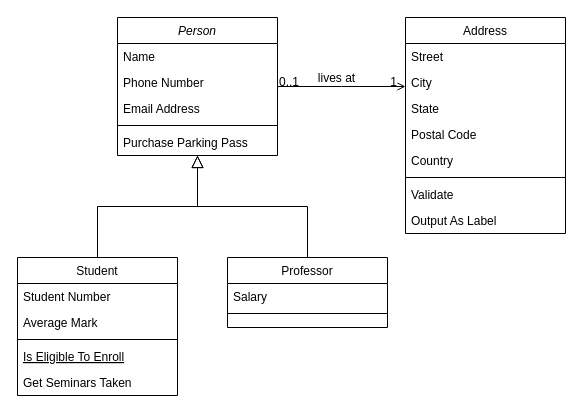
Earlier version of the draw.io diagram Untitled Diagram.drawio (NFDdata/api-avu). Source tidied: cells renumbered, new cells numbered last; positions are measured from the earlier drawing's top-left corner, leaving out a move shared by most shapes. Both pictures are drawn from the tidied source at 100%, with x=0, y=0 at pixel (17, 17).
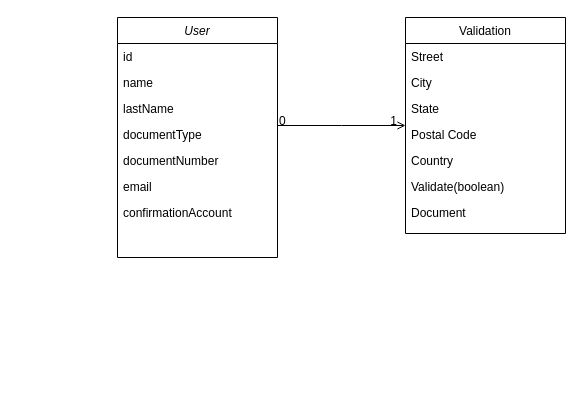
After the change.

Commit message:
Commit firs bd model

The change refers to these unchanged cells:
```xml
<mxCell id="28" style="endArrow=open;shadow=0;strokeWidth=1;rounded=0;endFill=1;edgeStyle=elbowEdgeStyle;elbow=vertical;" parent="1" edge="1" source="2" target="19">
  <mxGeometry x="0.5" y="41" relative="1" as="geometry">
    <mxPoint x="-40" y="32" as="offset" />
  </mxGeometry>
</mxCell>
```

Change to the diagram source:
```diff
@@
-    <mxCell id="2" value="Person" style="swimlane;fontStyle=2;align=center;verticalAlign=top;horizontal=1;startSize=26;rounded=0;shadow=0;strokeWidth=1;" parent="1" vertex="1">
-      <mxGeometry x="100" width="160" height="138" as="geometry" />
+    <mxCell id="2" value="User" style="swimlane;fontStyle=2;align=center;verticalAlign=top;horizontal=1;startSize=26;rounded=0;shadow=0;strokeWidth=1;" parent="1" vertex="1">
+      <mxGeometry x="100" width="160" height="240" as="geometry" />
     </mxCell>
-    <mxCell id="3" value="Name" style="text;align=left;verticalAlign=top;spacingLeft=4;spacingRight=4;overflow=hidden;" parent="2" vertex="1">
+    <mxCell id="3" value="id&#10;" style="text;align=left;verticalAlign=top;spacingLeft=4;spacingRight=4;overflow=hidden;" parent="2" vertex="1">
       <mxGeometry y="26" width="160" height="26" as="geometry" />
     </mxCell>
-    <mxCell id="4" value="Phone Number" style="text;align=left;verticalAlign=top;spacingLeft=4;spacingRight=4;overflow=hidden;rounded=0;shadow=0;html=0;" parent="2" vertex="1">
+    <mxCell id="4" value="name " style="text;align=left;verticalAlign=top;spacingLeft=4;spacingRight=4;overflow=hidden;rounded=0;shadow=0;html=0;" parent="2" vertex="1">
       <mxGeometry y="52" width="160" height="26" as="geometry" />
     </mxCell>
-    <mxCell id="5" value="Email Address" style="text;align=left;verticalAlign=top;spacingLeft=4;spacingRight=4;overflow=hidden;rounded=0;shadow=0;html=0;" parent="2" vertex="1">
+    <mxCell id="5" value="lastName" style="text;align=left;verticalAlign=top;spacingLeft=4;spacingRight=4;overflow=hidden;rounded=0;shadow=0;html=0;" parent="2" vertex="1">
       <mxGeometry y="78" width="160" height="26" as="geometry" />
     </mxCell>
-    <mxCell id="6" style="line;html=1;strokeWidth=1;align=left;verticalAlign=middle;spacingTop=-1;spacingLeft=3;spacingRight=3;labelPosition=right;" parent="2" vertex="1">
-      <mxGeometry y="104" width="160" height="8" as="geometry" />
-    </mxCell>
-    <mxCell id="7" value="Purchase Parking Pass" style="text;align=left;verticalAlign=top;spacingLeft=4;spacingRight=4;overflow=hidden;" parent="2" vertex="1">
-      <mxGeometry y="112" width="160" height="26" as="geometry" />
-    </mxCell>
-    <mxCell id="8" value="Student" style="swimlane;fontStyle=0;align=center;verticalAlign=top;horizontal=1;startSize=26;rounded=0;shadow=0;strokeWidth=1;" parent="1" vertex="1">
-      <mxGeometry y="240" width="160" height="138" as="geometry" />
-    </mxCell>
-    <mxCell id="9" value="Student Number" style="text;align=left;verticalAlign=top;spacingLeft=4;spacingRight=4;overflow=hidden;" parent="8" vertex="1">
-      <mxGeometry y="26" width="160" height="26" as="geometry" />
-    </mxCell>
-    <mxCell id="10" value="Average Mark" style="text;align=left;verticalAlign=top;spacingLeft=4;spacingRight=4;overflow=hidden;rounded=0;shadow=0;html=0;" parent="8" vertex="1">
-      <mxGeometry y="52" width="160" height="26" as="geometry" />
-    </mxCell>
-    <mxCell id="11" style="line;html=1;strokeWidth=1;align=left;verticalAlign=middle;spacingTop=-1;spacingLeft=3;spacingRight=3;labelPosition=right;" parent="8" vertex="1">
-      <mxGeometry y="78" width="160" height="8" as="geometry" />
-    </mxCell>
-    <mxCell id="12" value="Is Eligible To Enroll" style="text;align=left;verticalAlign=top;spacingLeft=4;spacingRight=4;overflow=hidden;fontStyle=4;" parent="8" vertex="1">
-      <mxGeometry y="86" width="160" height="26" as="geometry" />
-    </mxCell>
-    <mxCell id="13" value="Get Seminars Taken" style="text;align=left;verticalAlign=top;spacingLeft=4;spacingRight=4;overflow=hidden;" parent="8" vertex="1">
-      <mxGeometry y="112" width="160" height="26" as="geometry" />
-    </mxCell>
-    <mxCell id="14" style="endArrow=block;endSize=10;endFill=0;shadow=0;strokeWidth=1;rounded=0;edgeStyle=elbowEdgeStyle;elbow=vertical;" parent="1" edge="1" source="8" target="2">
-      <mxGeometry relative="1" as="geometry" />
-    </mxCell>
-    <mxCell id="15" value="Professor" style="swimlane;fontStyle=0;align=center;verticalAlign=top;horizontal=1;startSize=26;rounded=0;shadow=0;strokeWidth=1;" parent="1" vertex="1">
-      <mxGeometry x="210" y="240" width="160" height="70" as="geometry" />
-    </mxCell>
-    <mxCell id="16" value="Salary" style="text;align=left;verticalAlign=top;spacingLeft=4;spacingRight=4;overflow=hidden;" parent="15" vertex="1">
-      <mxGeometry y="26" width="160" height="26" as="geometry" />
-    </mxCell>
-    <mxCell id="17" style="line;html=1;strokeWidth=1;align=left;verticalAlign=middle;spacingTop=-1;spacingLeft=3;spacingRight=3;labelPosition=right;" parent="15" vertex="1">
-      <mxGeometry y="52" width="160" height="8" as="geometry" />
-    </mxCell>
-    <mxCell id="18" style="endArrow=block;endSize=10;endFill=0;shadow=0;strokeWidth=1;rounded=0;edgeStyle=elbowEdgeStyle;elbow=vertical;" parent="1" edge="1" source="15" target="2">
-      <mxGeometry relative="1" as="geometry" />
-    </mxCell>
+    <mxCell id="32" value="documentType" style="text;align=left;verticalAlign=top;spacingLeft=4;spacingRight=4;overflow=hidden;rounded=0;shadow=0;html=0;" parent="2" vertex="1">
+      <mxGeometry y="104" width="160" height="26" as="geometry" />
+    </mxCell>
+    <mxCell id="33" value="documentNumber" style="text;align=left;verticalAlign=top;spacingLeft=4;spacingRight=4;overflow=hidden;rounded=0;shadow=0;html=0;" parent="2" vertex="1">
+      <mxGeometry y="130" width="160" height="26" as="geometry" />
+    </mxCell>
+    <mxCell id="34" value="email" style="text;align=left;verticalAlign=top;spacingLeft=4;spacingRight=4;overflow=hidden;rounded=0;shadow=0;html=0;" parent="2" vertex="1">
+      <mxGeometry y="156" width="160" height="26" as="geometry" />
+    </mxCell>
+    <mxCell id="35" value="confirmationAccount" style="text;align=left;verticalAlign=top;spacingLeft=4;spacingRight=4;overflow=hidden;rounded=0;shadow=0;html=0;" parent="2" vertex="1">
+      <mxGeometry y="182" width="160" height="26" as="geometry" />
+    </mxCell>
-    <mxCell id="19" value="Address" style="swimlane;fontStyle=0;align=center;verticalAlign=top;horizontal=1;startSize=26;rounded=0;shadow=0;strokeWidth=1;" parent="1" vertex="1">
+    <mxCell id="19" value="Validation" style="swimlane;fontStyle=0;align=center;verticalAlign=top;horizontal=1;startSize=26;rounded=0;shadow=0;strokeWidth=1;" parent="1" vertex="1">
       <mxGeometry x="388" width="160" height="216" as="geometry" />
     </mxCell>
@@
-    <mxCell id="25" style="line;html=1;strokeWidth=1;align=left;verticalAlign=middle;spacingTop=-1;spacingLeft=3;spacingRight=3;labelPosition=right;" parent="19" vertex="1">
-      <mxGeometry y="156" width="160" height="8" as="geometry" />
-    </mxCell>
-    <mxCell id="26" value="Validate" style="text;align=left;verticalAlign=top;spacingLeft=4;spacingRight=4;overflow=hidden;" parent="19" vertex="1">
-      <mxGeometry y="164" width="160" height="26" as="geometry" />
+    <mxCell id="26" value="Validate(boolean)" style="text;align=left;verticalAlign=top;spacingLeft=4;spacingRight=4;overflow=hidden;" parent="19" vertex="1">
+      <mxGeometry y="156" width="160" height="26" as="geometry" />
     </mxCell>
-    <mxCell id="27" value="Output As Label" style="text;align=left;verticalAlign=top;spacingLeft=4;spacingRight=4;overflow=hidden;" parent="19" vertex="1">
-      <mxGeometry y="190" width="160" height="26" as="geometry" />
+    <mxCell id="27" value="Document" style="text;align=left;verticalAlign=top;spacingLeft=4;spacingRight=4;overflow=hidden;" parent="19" vertex="1">
+      <mxGeometry y="182" width="160" height="26" as="geometry" />
     </mxCell>
@@
-    <mxCell id="29" value="0..1" style="align=left;verticalAlign=bottom;labelBackgroundColor=none;fontSize=12;" parent="28" vertex="1">
+    <mxCell id="29" value="0" style="align=left;verticalAlign=bottom;labelBackgroundColor=none;fontSize=12;" parent="28" vertex="1">
       <mxGeometry x="-1" relative="1" as="geometry">
         <mxPoint y="4" as="offset" />
       </mxGeometry>
     </mxCell>
@@
-    <mxCell id="31" value="lives at" style="text;html=1;align=center;verticalAlign=middle;labelBackgroundColor=none;rounded=0;shadow=0;strokeWidth=1;fontSize=12;" parent="28" vertex="1">
-      <mxGeometry x="0.5" y="49" relative="1" as="geometry">
-        <mxPoint x="-38" y="40" as="offset" />
-      </mxGeometry>
-    </mxCell>
```
